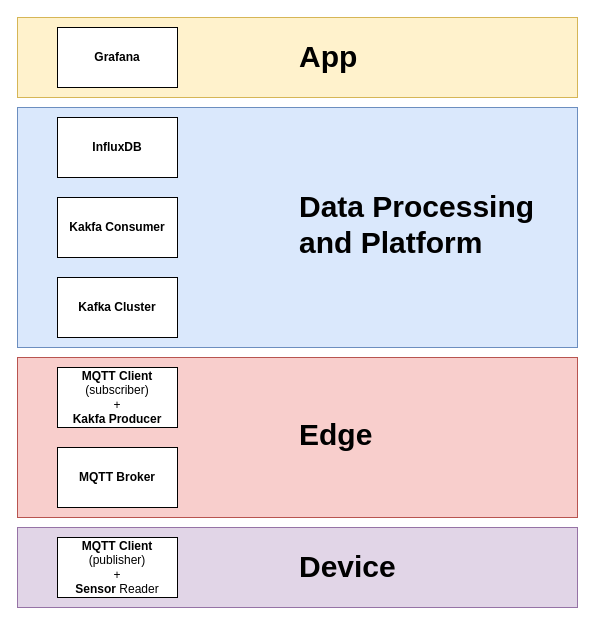
Earlier version of the draw.io diagram images/design.drawio (adrymyry/iot-pipeline). Source tidied: cells renumbered, new cells numbered last; positions are measured from the earlier drawing's top-left corner, leaving out a move shared by most shapes. Both pictures are drawn from the tidied source at 100%, with x=0, y=0 at pixel (17, 17).
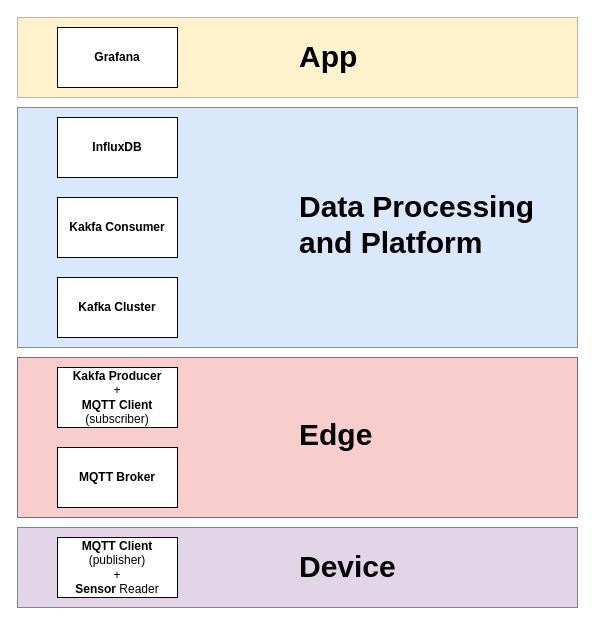
The same page after the edit.

Change to the diagram source:
```diff
@@
 <mxGraphModel>
   <root>
     <mxCell id="0" />
     <mxCell id="1" parent="0" />
     <mxCell id="2" style="rounded=0;whiteSpace=wrap;html=1;fillColor=#e1d5e7;strokeColor=#9673a6;" parent="1" vertex="1">
       <mxGeometry y="510" width="560" height="80" as="geometry" />
     </mxCell>
     <mxCell id="3" style="rounded=0;whiteSpace=wrap;html=1;fillColor=#fff2cc;strokeColor=#d6b656;" parent="1" vertex="1">
       <mxGeometry width="560" height="80" as="geometry" />
     </mxCell>
     <mxCell id="4" value="&lt;span style=&quot;font-size: 30px&quot;&gt;&lt;b&gt;App&lt;/b&gt;&lt;/span&gt;&lt;br&gt;" style="text;html=1;" parent="1" vertex="1">
       <mxGeometry x="280" y="15" width="240" height="50" as="geometry" />
     </mxCell>
     <mxCell id="5" style="rounded=0;whiteSpace=wrap;html=1;fillColor=#f8cecc;strokeColor=#b85450;" parent="1" vertex="1">
       <mxGeometry y="340" width="560" height="160" as="geometry" />
     </mxCell>
     <mxCell id="6" style="rounded=0;whiteSpace=wrap;html=1;fillColor=#dae8fc;strokeColor=#6c8ebf;" parent="1" vertex="1">
       <mxGeometry y="90" width="560" height="240" as="geometry" />
     </mxCell>
     <mxCell id="7" value="&lt;b&gt;MQTT Client&lt;br&gt;&lt;/b&gt;(publisher)&lt;br&gt;+&lt;br&gt;&lt;b&gt;Sensor&amp;nbsp;&lt;/b&gt;Reader&lt;br&gt;" style="rounded=0;whiteSpace=wrap;html=1;" parent="1" vertex="1">
       <mxGeometry x="40" y="520" width="120" height="60" as="geometry" />
     </mxCell>
     <mxCell id="8" value="&lt;b&gt;MQTT Broker&lt;/b&gt;" style="rounded=0;whiteSpace=wrap;html=1;" parent="1" vertex="1">
       <mxGeometry x="40" y="430" width="120" height="60" as="geometry" />
     </mxCell>
-    <mxCell id="9" value="&lt;b&gt;MQTT Client&lt;/b&gt;&lt;br&gt;(subscriber)&lt;br&gt;+&lt;br&gt;&lt;b&gt;Kakfa Producer&lt;/b&gt;&lt;br&gt;" style="rounded=0;whiteSpace=wrap;html=1;" parent="1" vertex="1">
+    <mxCell id="9" value="&lt;b&gt;Kakfa Producer&lt;br&gt;&lt;/b&gt;+&lt;br&gt;&lt;b&gt;MQTT Client&lt;/b&gt;&lt;br&gt;(subscriber)&lt;br&gt;" style="rounded=0;whiteSpace=wrap;html=1;" parent="1" vertex="1">
       <mxGeometry x="40" y="350" width="120" height="60" as="geometry" />
     </mxCell>
     <mxCell id="10" value="&lt;b&gt;Kafka Cluster&lt;/b&gt;" style="rounded=0;whiteSpace=wrap;html=1;" parent="1" vertex="1">
       <mxGeometry x="40" y="260" width="120" height="60" as="geometry" />
     </mxCell>
     <mxCell id="11" value="&lt;b&gt;Kakfa Consumer&lt;/b&gt;&lt;br&gt;" style="rounded=0;whiteSpace=wrap;html=1;" parent="1" vertex="1">
       <mxGeometry x="40" y="180" width="120" height="60" as="geometry" />
     </mxCell>
     <mxCell id="12" value="&lt;b&gt;InfluxDB&lt;/b&gt;&lt;br&gt;" style="rounded=0;whiteSpace=wrap;html=1;" parent="1" vertex="1">
       <mxGeometry x="40" y="100" width="120" height="60" as="geometry" />
     </mxCell>
     <mxCell id="13" value="&lt;b&gt;Grafana&lt;br&gt;&lt;/b&gt;" style="rounded=0;whiteSpace=wrap;html=1;" parent="1" vertex="1">
       <mxGeometry x="40" y="10" width="120" height="60" as="geometry" />
     </mxCell>
     <mxCell id="14" value="&lt;b style=&quot;font-size: 30px&quot;&gt;Data Processing&lt;br&gt;and Platform&lt;/b&gt;&lt;br&gt;" style="text;html=1;" parent="1" vertex="1">
       <mxGeometry x="280" y="165" width="240" height="90" as="geometry" />
     </mxCell>
     <mxCell id="15" value="&lt;span style=&quot;font-size: 30px&quot;&gt;&lt;b&gt;Edge&lt;/b&gt;&lt;/span&gt;&lt;br&gt;" style="text;html=1;" parent="1" vertex="1">
       <mxGeometry x="280" y="392.5" width="240" height="55" as="geometry" />
     </mxCell>
     <mxCell id="16" value="&lt;span style=&quot;font-size: 30px&quot;&gt;&lt;b&gt;Device&lt;/b&gt;&lt;/span&gt;&lt;br&gt;" style="text;html=1;" parent="1" vertex="1">
       <mxGeometry x="280" y="525" width="240" height="50" as="geometry" />
     </mxCell>
   </root>
 </mxGraphModel>
```
